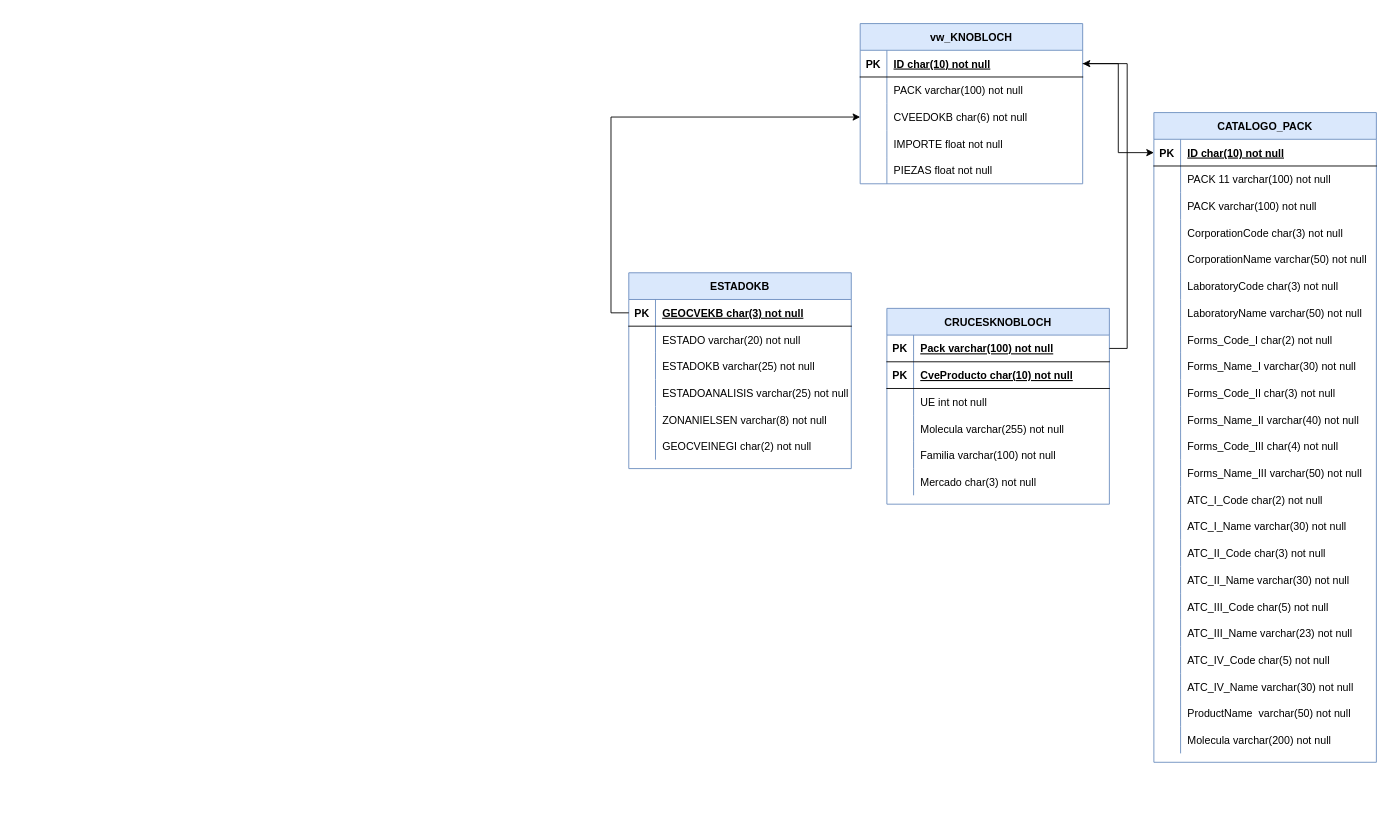
Above: Untitled Diagram.drawio in ixchelinas/Curso-Python (draw.io), before the change. Source tidied: cells renumbered, new cells numbered last; positions are measured from the earlier drawing's top-left corner, leaving out a move shared by most shapes. Both pictures are drawn from the tidied source at 89%, with x=0, y=0 at pixel (628, 23).
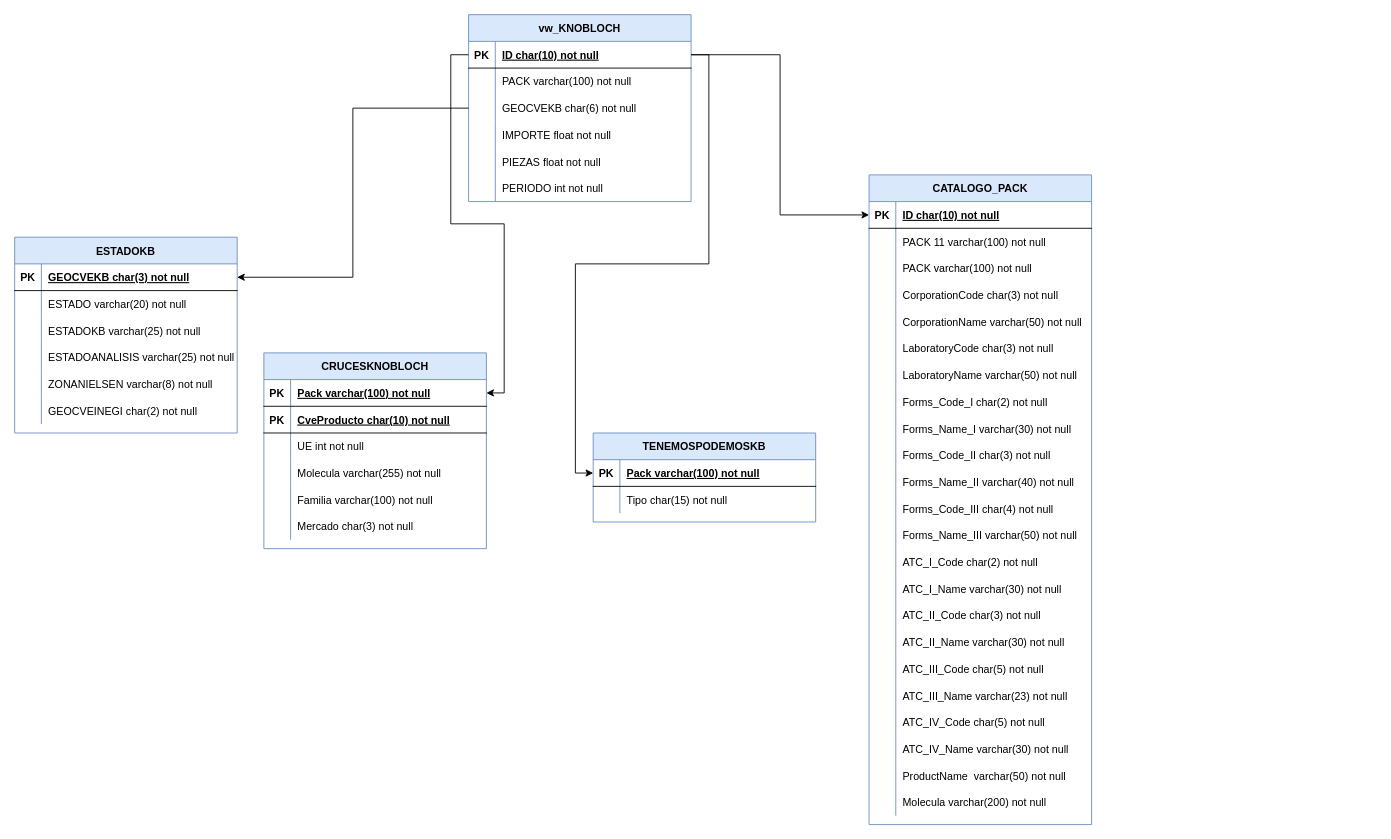
The same diagram, later.

Commit message:
MODIFICACIONES RELACIONES Y SE AGREGA TABLA TENEMOS Y PODEMOS

Unchanged cells that the change refers to:
```xml
<mxCell id="73" style="shape=partialRectangle;fillColor=none;points=[[0,0.5],[1,0.5]];portConstraint=eastwest;top=0;left=0;right=0;bottom=1;" parent="72" vertex="1">
  <mxGeometry y="30" width="250" height="30" as="geometry" />
</mxCell>
<mxCell id="92" style="shape=partialRectangle;fillColor=none;points=[[0,0.5],[1,0.5]];portConstraint=eastwest;top=0;left=0;right=0;bottom=1;" parent="91" vertex="1">
  <mxGeometry y="30" width="250" height="30" as="geometry" />
</mxCell>
<mxCell id="98" style="shape=partialRectangle;fillColor=none;points=[[0,0.5],[1,0.5]];portConstraint=eastwest;top=0;left=0;right=0;bottom=0;" parent="91" vertex="1">
  <mxGeometry y="90" width="250" height="30" as="geometry" />
</mxCell>
<mxCell id="108" style="shape=partialRectangle;fillColor=none;points=[[0,0.5],[1,0.5]];portConstraint=eastwest;top=0;left=0;right=0;bottom=1;" parent="107" vertex="1">
  <mxGeometry y="30" width="250" height="30" as="geometry" />
</mxCell>
```

The edit, as a diff of the source:
```diff
@@
     <mxCell id="2" value="CATALOGO_PACK" style="shape=table;startSize=30;childLayout=tableLayout;rowLines=0;fontStyle=1;align=center;fillColor=#dae8fc;strokeColor=#6c8ebf;" parent="1" vertex="1">
-      <mxGeometry x="590" y="100" width="250" height="730" as="geometry" />
+      <mxGeometry x="270" y="170" width="250" height="730" as="geometry" />
     </mxCell>
@@
     <mxCell id="72" value="ESTADOKB" style="shape=table;startSize=30;childLayout=tableLayout;rowLines=0;fontStyle=1;align=center;fillColor=#dae8fc;strokeColor=#6c8ebf;" parent="1" vertex="1">
-      <mxGeometry y="280" width="250" height="220" as="geometry" />
+      <mxGeometry x="-690" y="240" width="250" height="220" as="geometry" />
     </mxCell>
@@
     <mxCell id="91" value="vw_KNOBLOCH" style="shape=table;startSize=30;childLayout=tableLayout;rowLines=0;fontStyle=1;align=center;fillColor=#dae8fc;strokeColor=#6c8ebf;" parent="1" vertex="1">
-      <mxGeometry x="260" width="250" height="180" as="geometry" />
+      <mxGeometry x="-180" y="-10" width="250" height="210" as="geometry" />
     </mxCell>
@@
-    <mxCell id="100" value="CVEEDOKB char(6) not null" style="shape=partialRectangle;overflow=hidden;fillColor=none;top=0;left=0;bottom=0;right=0;align=left;spacingLeft=6;" parent="98" vertex="1">
+    <mxCell id="100" value="GEOCVEKB char(6) not null" style="shape=partialRectangle;overflow=hidden;fillColor=none;top=0;left=0;bottom=0;right=0;align=left;spacingLeft=6;" parent="98" vertex="1">
       <mxGeometry x="30" width="220" height="30" as="geometry" />
     </mxCell>
@@
+    <mxCell id="129" style="shape=partialRectangle;fillColor=none;top=0;left=0;right=0;bottom=0;" parent="91" vertex="1">
+      <mxGeometry y="180" width="250" height="30" as="geometry" />
+    </mxCell>
+    <mxCell id="130" style="shape=partialRectangle;overflow=hidden;fillColor=none;top=0;left=0;bottom=0;right=0;" parent="129" vertex="1">
+      <mxGeometry width="30" height="30" as="geometry" />
+    </mxCell>
+    <mxCell id="131" value="PERIODO int not null" style="shape=partialRectangle;overflow=hidden;fillColor=none;top=0;left=0;bottom=0;right=0;align=left;spacingLeft=6;" parent="129" vertex="1">
+      <mxGeometry x="30" width="220" height="30" as="geometry" />
+    </mxCell>
     <mxCell id="107" value="CRUCESKNOBLOCH" style="shape=table;startSize=30;childLayout=tableLayout;rowLines=0;fontStyle=1;align=center;fillColor=#dae8fc;strokeColor=#6c8ebf;" parent="1" vertex="1">
-      <mxGeometry x="290" y="320" width="250" height="220" as="geometry" />
+      <mxGeometry x="-410" y="370" width="250" height="220" as="geometry" />
     </mxCell>
@@
-    <mxCell id="127" style="edgeStyle=orthogonalEdgeStyle;rounded=0;jettySize=auto;html=1;exitX=0;exitY=0.5;exitDx=0;exitDy=0;" parent="1" edge="1" source="73" target="98">
-      <mxGeometry relative="1" as="geometry" />
-    </mxCell>
-    <mxCell id="128" style="edgeStyle=orthogonalEdgeStyle;rounded=0;jettySize=auto;html=1;exitX=1;exitY=0.5;exitDx=0;exitDy=0;" parent="1" edge="1" source="108" target="92">
-      <mxGeometry relative="1" as="geometry" />
-    </mxCell>
+    <mxCell id="132" value="TENEMOSPODEMOSKB" style="shape=table;startSize=30;childLayout=tableLayout;rowLines=0;fontStyle=1;align=center;fillColor=#dae8fc;strokeColor=#6c8ebf;" parent="1" vertex="1">
+      <mxGeometry x="-40" y="460" width="250" height="100" as="geometry" />
+    </mxCell>
+    <mxCell id="133" style="shape=partialRectangle;fillColor=none;points=[[0,0.5],[1,0.5]];portConstraint=eastwest;top=0;left=0;right=0;bottom=1;" parent="132" vertex="1">
+      <mxGeometry y="30" width="250" height="30" as="geometry" />
+    </mxCell>
+    <mxCell id="134" value="PK" style="shape=partialRectangle;overflow=hidden;fillColor=none;top=0;left=0;bottom=0;right=0;fontStyle=1;" parent="133" vertex="1">
+      <mxGeometry width="30" height="30" as="geometry" />
+    </mxCell>
+    <mxCell id="135" value="Pack varchar(100) not null" style="shape=partialRectangle;overflow=hidden;fillColor=none;top=0;left=0;bottom=0;right=0;align=left;spacingLeft=6;fontStyle=5;" parent="133" vertex="1">
+      <mxGeometry x="30" width="220" height="30" as="geometry" />
+    </mxCell>
+    <mxCell id="136" style="shape=partialRectangle;fillColor=none;top=0;left=0;right=0;bottom=0;" parent="132" vertex="1">
+      <mxGeometry y="60" width="250" height="30" as="geometry" />
+    </mxCell>
+    <mxCell id="137" style="shape=partialRectangle;overflow=hidden;fillColor=none;top=0;left=0;bottom=0;right=0;" parent="136" vertex="1">
+      <mxGeometry width="30" height="30" as="geometry" />
+    </mxCell>
+    <mxCell id="138" value="Tipo char(15) not null" style="shape=partialRectangle;overflow=hidden;fillColor=none;top=0;left=0;bottom=0;right=0;align=left;spacingLeft=6;" parent="136" vertex="1">
+      <mxGeometry x="30" width="220" height="30" as="geometry" />
+    </mxCell>
+    <mxCell id="139" style="edgeStyle=orthogonalEdgeStyle;rounded=0;jettySize=auto;html=1;exitX=1;exitY=0.5;exitDx=0;exitDy=0;entryX=0;entryY=0.5;entryDx=0;entryDy=0;" parent="1" edge="1" source="92" target="133">
+      <mxGeometry relative="1" as="geometry" />
+    </mxCell>
+    <mxCell id="140" style="edgeStyle=orthogonalEdgeStyle;rounded=0;jettySize=auto;html=1;exitX=0;exitY=0.5;exitDx=0;exitDy=0;" parent="1" edge="1" source="92" target="108">
+      <mxGeometry relative="1" as="geometry" />
+    </mxCell>
+    <mxCell id="141" style="edgeStyle=orthogonalEdgeStyle;rounded=0;jettySize=auto;html=1;exitX=0;exitY=0.5;exitDx=0;exitDy=0;" parent="1" edge="1" source="98" target="73">
+      <mxGeometry relative="1" as="geometry" />
+    </mxCell>
```
